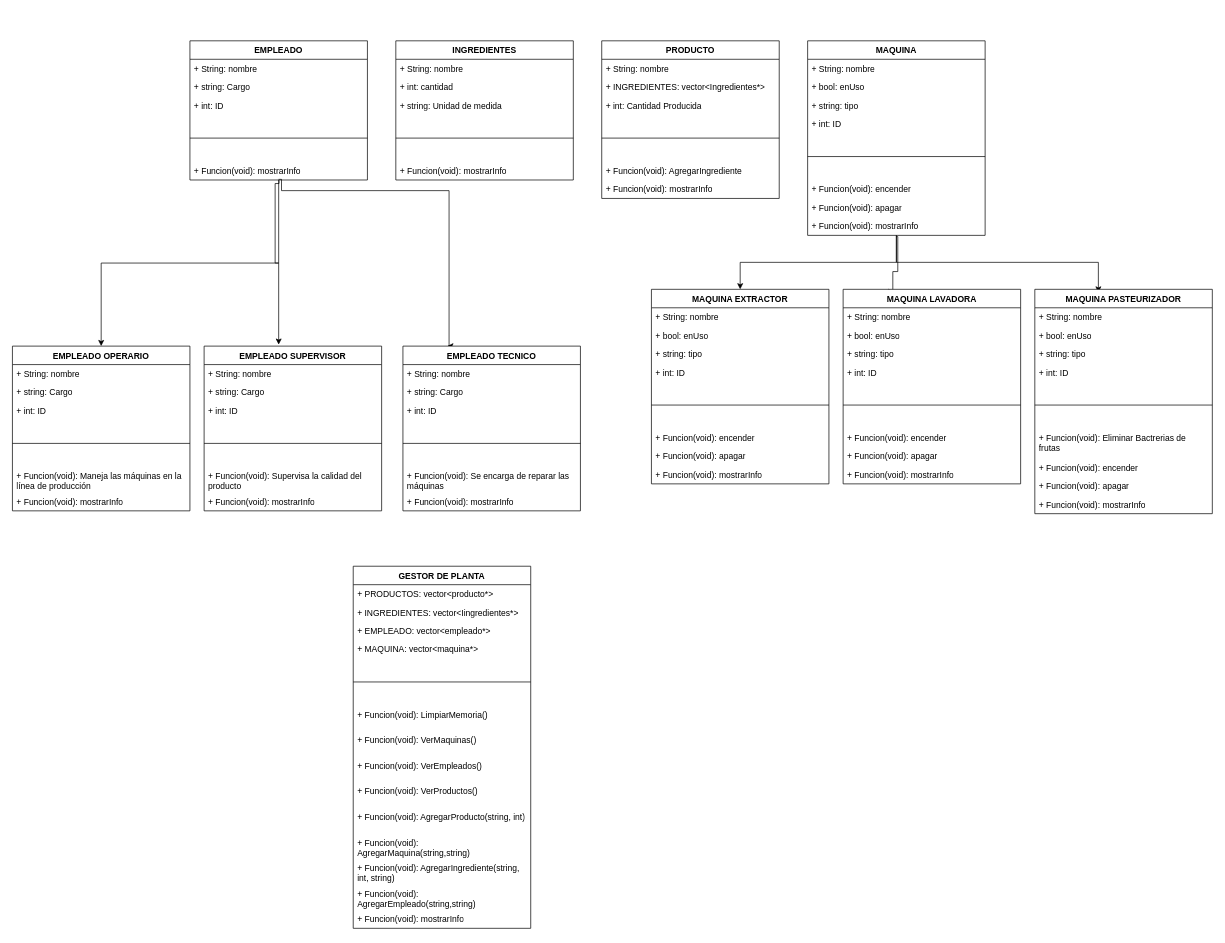
Before: DiagramaProyecto.drawio in RoyGeova07/Proyecto_Progra3_Simulador-Avanzado-de-Gestion-de-una-Planta-Industrial-Inteligente, a draw.io diagram. Source tidied: cells renumbered, new cells numbered last; positions are measured from the earlier drawing's top-left corner, leaving out a move shared by most shapes. Both pictures are drawn from the tidied source at 71%, with x=0, y=0 at pixel (12, 40).
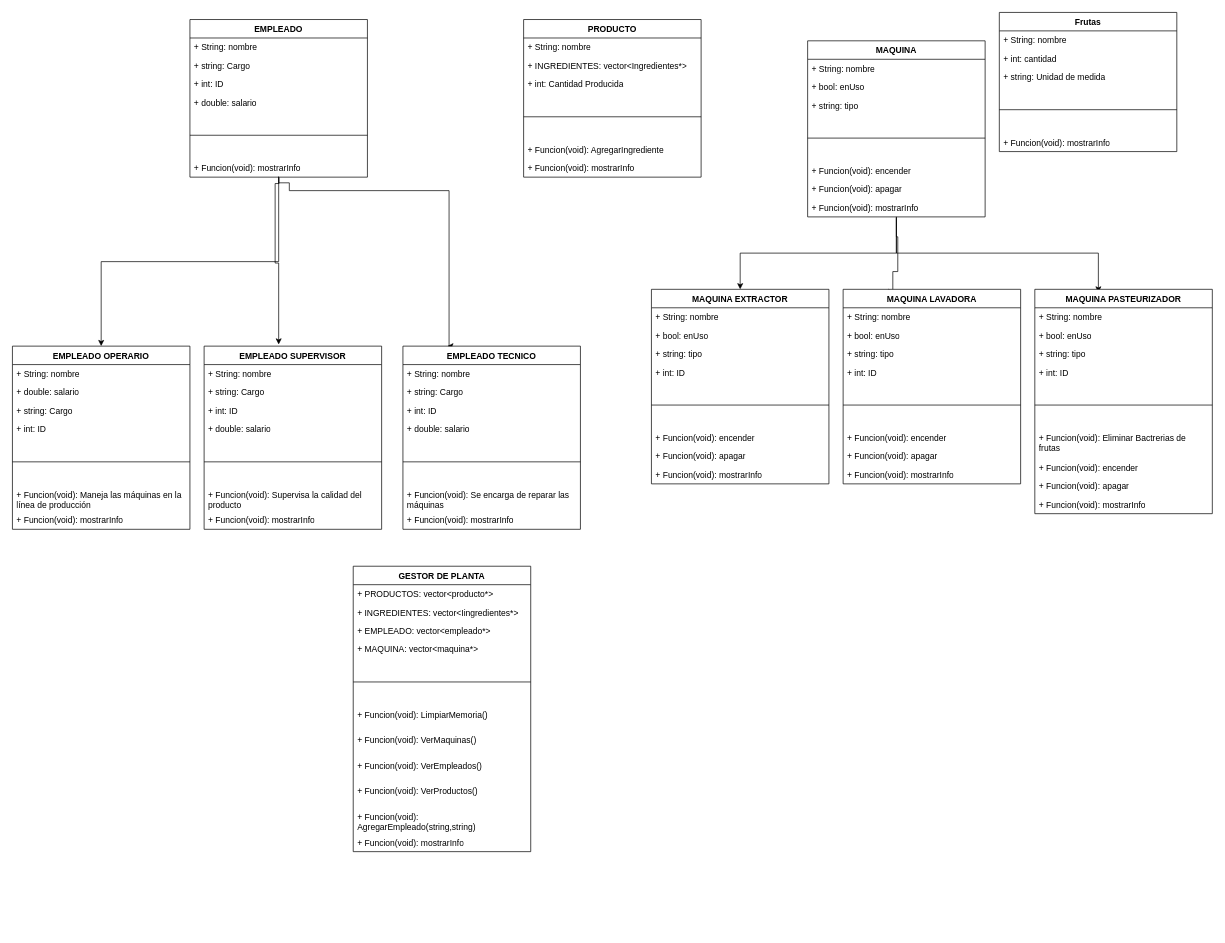
Above is the later version.

What changed in the source:
```diff
@@
-    <mxCell id="2" value="INGREDIENTES" style="swimlane;fontStyle=1;align=center;verticalAlign=top;horizontal=1;startSize=26;whiteSpace=wrap;html=1;" parent="1" vertex="1">
-      <mxGeometry x="540" width="250" height="196" as="geometry" />
+    <mxCell id="2" value="Frutas" style="swimlane;fontStyle=1;align=center;verticalAlign=top;horizontal=1;startSize=26;whiteSpace=wrap;html=1;" parent="1" vertex="1">
+      <mxGeometry x="1390" y="-40" width="250" height="196" as="geometry" />
     </mxCell>
@@
     <mxCell id="8" value="PRODUCTO" style="swimlane;fontStyle=1;align=center;verticalAlign=top;horizontal=1;startSize=26;whiteSpace=wrap;html=1;" parent="1" vertex="1">
-      <mxGeometry x="830" width="250" height="222" as="geometry" />
+      <mxGeometry x="720" y="-30" width="250" height="222" as="geometry" />
     </mxCell>
@@
     <mxCell id="16" value="EMPLEADO" style="swimlane;fontStyle=1;align=center;verticalAlign=top;horizontal=1;startSize=26;whiteSpace=wrap;html=1;" parent="1" vertex="1">
-      <mxGeometry x="250" width="250" height="196" as="geometry" />
+      <mxGeometry x="250" y="-30" width="250" height="222" as="geometry" />
     </mxCell>
@@
+    <mxCell id="100" value="+ double: salario" style="text;strokeColor=none;fillColor=none;align=left;verticalAlign=top;spacingLeft=4;spacingRight=4;overflow=hidden;whiteSpace=wrap;html=1;" parent="16" vertex="1">
+      <mxGeometry y="104" width="250" height="26" as="geometry" />
+    </mxCell>
     <mxCell id="20" style="line;strokeWidth=1;fillColor=none;align=left;verticalAlign=middle;spacingTop=-1;spacingLeft=3;spacingRight=3;labelPosition=right;strokeColor=inherit;" parent="16" vertex="1">
-      <mxGeometry y="104" width="250" height="66" as="geometry" />
+      <mxGeometry y="130" width="250" height="66" as="geometry" />
     </mxCell>
     <mxCell id="21" value="+ Funcion(void): mostrarInfo" style="text;strokeColor=none;fillColor=none;align=left;verticalAlign=top;spacingLeft=4;spacingRight=4;overflow=hidden;points=[[0,0.5],[1,0.5]];portConstraint=eastwest;whiteSpace=wrap;html=1;" parent="16" vertex="1">
-      <mxGeometry y="170" width="250" height="26" as="geometry" />
+      <mxGeometry y="196" width="250" height="26" as="geometry" />
     </mxCell>
@@
     <mxCell id="23" value="MAQUINA" style="swimlane;fontStyle=1;align=center;verticalAlign=top;horizontal=1;startSize=26;whiteSpace=wrap;html=1;" parent="1" vertex="1">
-      <mxGeometry x="1120" width="250" height="274" as="geometry" />
+      <mxGeometry x="1120" width="250" height="248" as="geometry" />
     </mxCell>
@@
-    <mxCell id="27" value="+ int: ID" style="text;strokeColor=none;fillColor=none;align=left;verticalAlign=top;spacingLeft=4;spacingRight=4;overflow=hidden;whiteSpace=wrap;html=1;" parent="23" vertex="1">
-      <mxGeometry y="104" width="250" height="26" as="geometry" />
-    </mxCell>
     <mxCell id="28" style="line;strokeWidth=1;fillColor=none;align=left;verticalAlign=middle;spacingTop=-1;spacingLeft=3;spacingRight=3;labelPosition=right;strokeColor=inherit;" parent="23" vertex="1">
-      <mxGeometry y="130" width="250" height="66" as="geometry" />
+      <mxGeometry y="104" width="250" height="66" as="geometry" />
     </mxCell>
     <mxCell id="29" value="+ Funcion(void): encender" style="text;strokeColor=none;fillColor=none;align=left;verticalAlign=top;spacingLeft=4;spacingRight=4;overflow=hidden;whiteSpace=wrap;html=1;" parent="23" vertex="1">
-      <mxGeometry y="196" width="250" height="26" as="geometry" />
+      <mxGeometry y="170" width="250" height="26" as="geometry" />
     </mxCell>
     <mxCell id="30" value="+ Funcion(void): apagar" style="text;strokeColor=none;fillColor=none;align=left;verticalAlign=top;spacingLeft=4;spacingRight=4;overflow=hidden;whiteSpace=wrap;html=1;" parent="23" vertex="1">
-      <mxGeometry y="222" width="250" height="26" as="geometry" />
+      <mxGeometry y="196" width="250" height="26" as="geometry" />
     </mxCell>
     <mxCell id="31" value="+ Funcion(void): mostrarInfo" style="text;strokeColor=none;fillColor=none;align=left;verticalAlign=top;spacingLeft=4;spacingRight=4;overflow=hidden;points=[[0,0.5],[1,0.5]];portConstraint=eastwest;whiteSpace=wrap;html=1;" parent="23" vertex="1">
-      <mxGeometry y="248" width="250" height="26" as="geometry" />
+      <mxGeometry y="222" width="250" height="26" as="geometry" />
     </mxCell>
     <mxCell id="32" value="GESTOR DE PLANTA" style="swimlane;fontStyle=1;align=center;verticalAlign=top;horizontal=1;startSize=26;whiteSpace=wrap;html=1;" parent="1" vertex="1">
-      <mxGeometry x="480" y="740" width="250" height="510" as="geometry" />
+      <mxGeometry x="480" y="740" width="250" height="402" as="geometry" />
     </mxCell>
@@
-    <mxCell id="42" value="+ Funcion(void): AgregarProducto(string, int)" style="text;strokeColor=none;fillColor=none;align=left;verticalAlign=top;spacingLeft=4;spacingRight=4;overflow=hidden;whiteSpace=wrap;html=1;" parent="32" vertex="1">
-      <mxGeometry y="340" width="250" height="36" as="geometry" />
-    </mxCell>
-    <mxCell id="43" value="+ Funcion(void): AgregarMaquina(string,string)" style="text;strokeColor=none;fillColor=none;align=left;verticalAlign=top;spacingLeft=4;spacingRight=4;overflow=hidden;whiteSpace=wrap;html=1;" parent="32" vertex="1">
-      <mxGeometry y="376" width="250" height="36" as="geometry" />
-    </mxCell>
-    <mxCell id="44" value="+ Funcion(void): AgregarIngrediente(string, int, string)" style="text;strokeColor=none;fillColor=none;align=left;verticalAlign=top;spacingLeft=4;spacingRight=4;overflow=hidden;whiteSpace=wrap;html=1;" parent="32" vertex="1">
-      <mxGeometry y="412" width="250" height="36" as="geometry" />
-    </mxCell>
     <mxCell id="45" value="+ Funcion(void): AgregarEmpleado(string,string)" style="text;strokeColor=none;fillColor=none;align=left;verticalAlign=top;spacingLeft=4;spacingRight=4;overflow=hidden;whiteSpace=wrap;html=1;" parent="32" vertex="1">
-      <mxGeometry y="448" width="250" height="36" as="geometry" />
+      <mxGeometry y="340" width="250" height="36" as="geometry" />
     </mxCell>
     <mxCell id="46" value="+ Funcion(void): mostrarInfo" style="text;strokeColor=none;fillColor=none;align=left;verticalAlign=top;spacingLeft=4;spacingRight=4;overflow=hidden;whiteSpace=wrap;html=1;" parent="32" vertex="1">
-      <mxGeometry y="484" width="250" height="26" as="geometry" />
+      <mxGeometry y="376" width="250" height="26" as="geometry" />
     </mxCell>
     <mxCell id="47" value="EMPLEADO OPERARIO" style="swimlane;fontStyle=1;align=center;verticalAlign=top;horizontal=1;startSize=26;whiteSpace=wrap;html=1;" parent="1" vertex="1">
-      <mxGeometry y="430" width="250" height="232" as="geometry" />
+      <mxGeometry y="430" width="250" height="258" as="geometry" />
     </mxCell>
@@
+    <mxCell id="101" value="+ double: salario" style="text;strokeColor=none;fillColor=none;align=left;verticalAlign=top;spacingLeft=4;spacingRight=4;overflow=hidden;whiteSpace=wrap;html=1;" parent="47" vertex="1">
+      <mxGeometry y="52" width="250" height="26" as="geometry" />
+    </mxCell>
     <mxCell id="49" value="+ string: Cargo" style="text;strokeColor=none;fillColor=none;align=left;verticalAlign=top;spacingLeft=4;spacingRight=4;overflow=hidden;whiteSpace=wrap;html=1;" parent="47" vertex="1">
-      <mxGeometry y="52" width="250" height="26" as="geometry" />
+      <mxGeometry y="78" width="250" height="26" as="geometry" />
     </mxCell>
     <mxCell id="50" value="+ int: ID" style="text;strokeColor=none;fillColor=none;align=left;verticalAlign=top;spacingLeft=4;spacingRight=4;overflow=hidden;whiteSpace=wrap;html=1;" parent="47" vertex="1">
-      <mxGeometry y="78" width="250" height="26" as="geometry" />
+      <mxGeometry y="104" width="250" height="26" as="geometry" />
     </mxCell>
     <mxCell id="51" style="line;strokeWidth=1;fillColor=none;align=left;verticalAlign=middle;spacingTop=-1;spacingLeft=3;spacingRight=3;labelPosition=right;strokeColor=inherit;" parent="47" vertex="1">
-      <mxGeometry y="104" width="250" height="66" as="geometry" />
+      <mxGeometry y="130" width="250" height="66" as="geometry" />
     </mxCell>
     <mxCell id="52" value="+ Funcion(void):&amp;nbsp;Maneja las máquinas en la línea de producción" style="text;strokeColor=none;fillColor=none;align=left;verticalAlign=top;spacingLeft=4;spacingRight=4;overflow=hidden;whiteSpace=wrap;html=1;" parent="47" vertex="1">
-      <mxGeometry y="170" width="250" height="36" as="geometry" />
+      <mxGeometry y="196" width="250" height="36" as="geometry" />
     </mxCell>
     <mxCell id="53" value="+ Funcion(void): mostrarInfo" style="text;strokeColor=none;fillColor=none;align=left;verticalAlign=top;spacingLeft=4;spacingRight=4;overflow=hidden;whiteSpace=wrap;html=1;" parent="47" vertex="1">
-      <mxGeometry y="206" width="250" height="26" as="geometry" />
+      <mxGeometry y="232" width="250" height="26" as="geometry" />
     </mxCell>
@@
     <mxCell id="55" value="EMPLEADO SUPERVISOR" style="swimlane;fontStyle=1;align=center;verticalAlign=top;horizontal=1;startSize=26;whiteSpace=wrap;html=1;" parent="1" vertex="1">
-      <mxGeometry x="270" y="430" width="250" height="232" as="geometry" />
+      <mxGeometry x="270" y="430" width="250" height="258" as="geometry" />
     </mxCell>
@@
+    <mxCell id="102" value="+ double: salario" style="text;strokeColor=none;fillColor=none;align=left;verticalAlign=top;spacingLeft=4;spacingRight=4;overflow=hidden;whiteSpace=wrap;html=1;" parent="55" vertex="1">
+      <mxGeometry y="104" width="250" height="26" as="geometry" />
+    </mxCell>
     <mxCell id="59" style="line;strokeWidth=1;fillColor=none;align=left;verticalAlign=middle;spacingTop=-1;spacingLeft=3;spacingRight=3;labelPosition=right;strokeColor=inherit;" parent="55" vertex="1">
-      <mxGeometry y="104" width="250" height="66" as="geometry" />
+      <mxGeometry y="130" width="250" height="66" as="geometry" />
     </mxCell>
     <mxCell id="60" value="+ Funcion(void):&amp;nbsp;Supervisa la calidad del producto" style="text;strokeColor=none;fillColor=none;align=left;verticalAlign=top;spacingLeft=4;spacingRight=4;overflow=hidden;whiteSpace=wrap;html=1;" parent="55" vertex="1">
-      <mxGeometry y="170" width="250" height="36" as="geometry" />
+      <mxGeometry y="196" width="250" height="36" as="geometry" />
     </mxCell>
     <mxCell id="61" value="+ Funcion(void): mostrarInfo" style="text;strokeColor=none;fillColor=none;align=left;verticalAlign=top;spacingLeft=4;spacingRight=4;overflow=hidden;whiteSpace=wrap;html=1;" parent="55" vertex="1">
-      <mxGeometry y="206" width="250" height="26" as="geometry" />
+      <mxGeometry y="232" width="250" height="26" as="geometry" />
     </mxCell>
     <mxCell id="62" style="edgeStyle=orthogonalEdgeStyle;rounded=0;jettySize=auto;html=1;entryX=0.25;entryY=0;entryDx=0;entryDy=0;exitX=0.499;exitY=0.967;exitDx=0;exitDy=0;exitPerimeter=0;" parent="1" edge="1" source="21" target="63">
       <mxGeometry relative="1" as="geometry">
         <Array as="points">
-          <mxPoint x="379" y="195" />
-          <mxPoint x="379" y="211" />
+          <mxPoint x="375" y="200" />
+          <mxPoint x="390" y="200" />
+          <mxPoint x="390" y="211" />
           <mxPoint x="615" y="211" />
           <mxPoint x="615" y="430" />
         </Array>
       </mxGeometry>
     </mxCell>
     <mxCell id="63" value="EMPLEADO TECNICO" style="swimlane;fontStyle=1;align=center;verticalAlign=top;horizontal=1;startSize=26;whiteSpace=wrap;html=1;" parent="1" vertex="1">
-      <mxGeometry x="550" y="430" width="250" height="232" as="geometry" />
+      <mxGeometry x="550" y="430" width="250" height="258" as="geometry" />
     </mxCell>
@@
+    <mxCell id="103" value="+ double: salario" style="text;strokeColor=none;fillColor=none;align=left;verticalAlign=top;spacingLeft=4;spacingRight=4;overflow=hidden;whiteSpace=wrap;html=1;" parent="63" vertex="1">
+      <mxGeometry y="104" width="250" height="26" as="geometry" />
+    </mxCell>
     <mxCell id="67" style="line;strokeWidth=1;fillColor=none;align=left;verticalAlign=middle;spacingTop=-1;spacingLeft=3;spacingRight=3;labelPosition=right;strokeColor=inherit;" parent="63" vertex="1">
-      <mxGeometry y="104" width="250" height="66" as="geometry" />
+      <mxGeometry y="130" width="250" height="66" as="geometry" />
     </mxCell>
     <mxCell id="68" value="+ Funcion(void):&amp;nbsp;Se encarga de reparar las máquinas" style="text;strokeColor=none;fillColor=none;align=left;verticalAlign=top;spacingLeft=4;spacingRight=4;overflow=hidden;whiteSpace=wrap;html=1;" parent="63" vertex="1">
-      <mxGeometry y="170" width="250" height="36" as="geometry" />
+      <mxGeometry y="196" width="250" height="36" as="geometry" />
     </mxCell>
     <mxCell id="69" value="+ Funcion(void): mostrarInfo" style="text;strokeColor=none;fillColor=none;align=left;verticalAlign=top;spacingLeft=4;spacingRight=4;overflow=hidden;whiteSpace=wrap;html=1;" parent="63" vertex="1">
-      <mxGeometry y="206" width="250" height="26" as="geometry" />
+      <mxGeometry y="232" width="250" height="26" as="geometry" />
     </mxCell>
```
